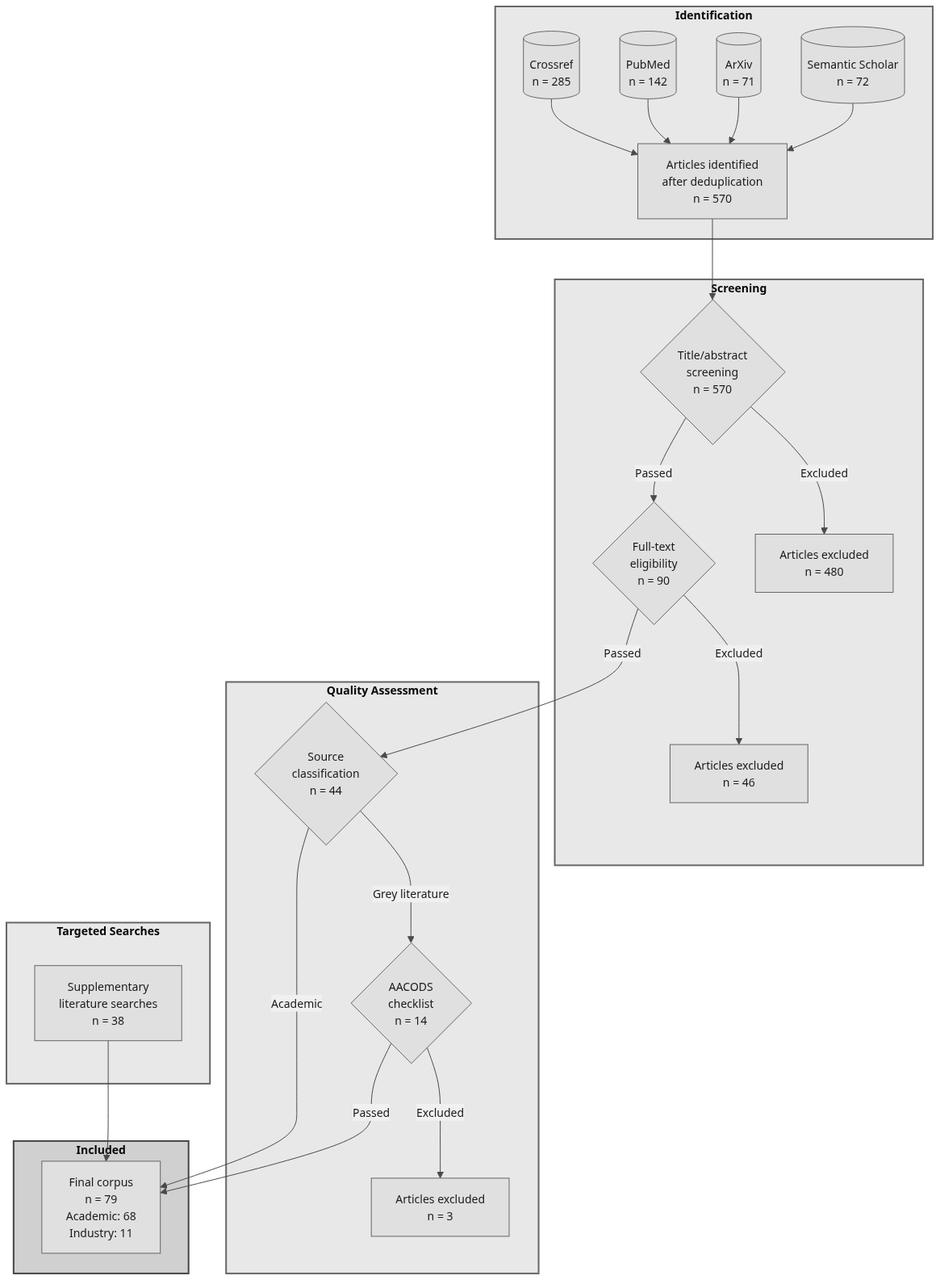
This is figures/literature-flow.mmd.png from stharrold/yuimedi-paper-20250901, a Mermaid export, as it was before one commit. Its source is kept beside it as figures/literature-flow.mmd.
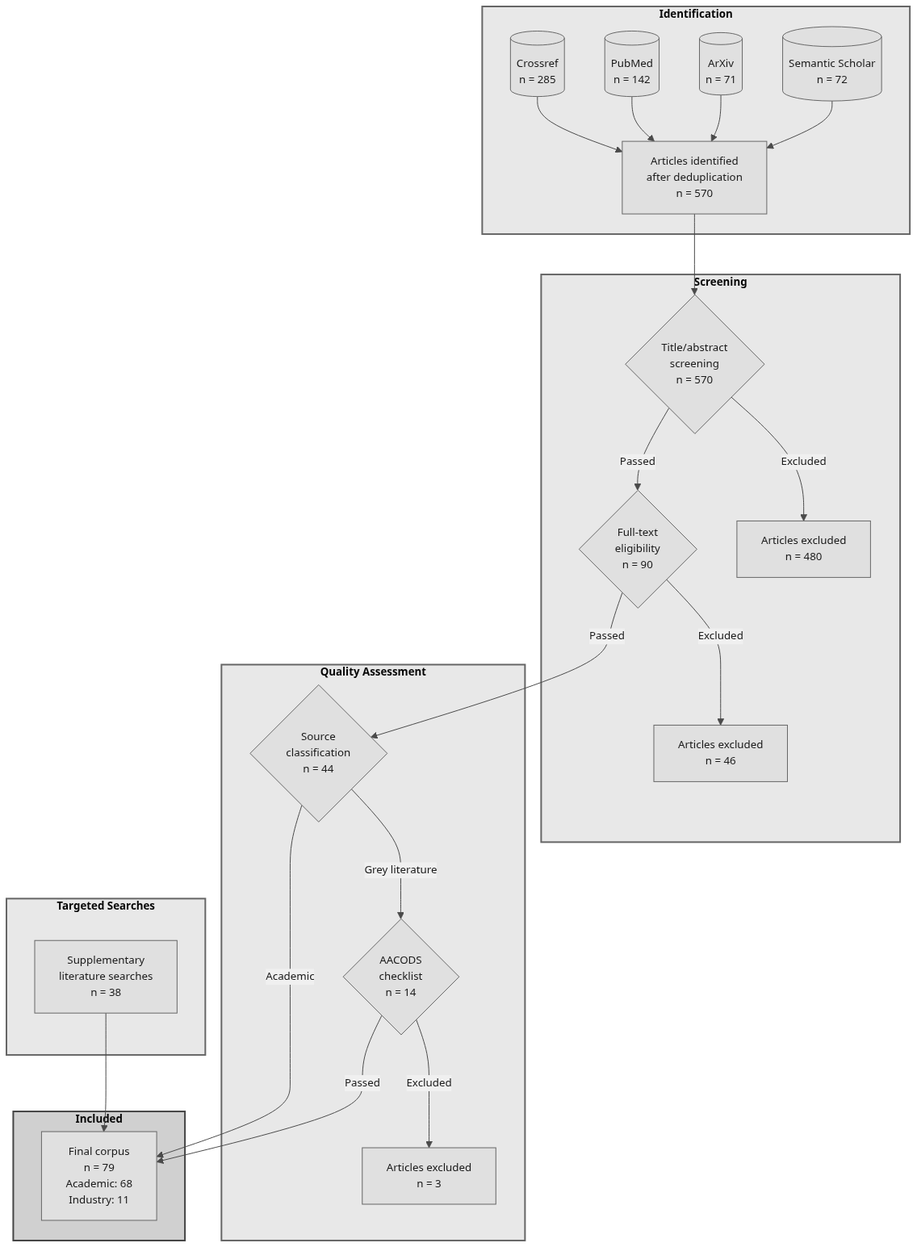
The same file after the commit.

Change to the diagram source:
```diff
@@ -1,4 +1,4 @@
-%%{init: {'theme': 'base', 'flowchart': {'useMaxWidth': false, 'markdownAutoWrap': false}, 'themeVariables': { 'primaryColor': '#e0e0e0', 'primaryTextColor': '#1a1a1a', 'primaryBorderColor': '#666', 'lineColor': '#4a4a4a', 'secondaryColor': '#f0f0f0', 'tertiaryColor': '#fafafa', 'fontFamily': 'Arial, sans-serif', 'fontSize': '14px'}}}%%
+%%{init: {'theme': 'base', 'flowchart': {'useMaxWidth': false, 'markdownAutoWrap': false}, 'themeVariables': { 'primaryColor': '#e0e0e0', 'primaryTextColor': '#1a1a1a', 'primaryBorderColor': '#666', 'lineColor': '#4a4a4a', 'secondaryColor': '#f0f0f0', 'tertiaryColor': '#fafafa', 'fontFamily': 'Arial, sans-serif', 'fontSize': '10pt'}}}%%
 flowchart TD
 
     subgraph ID["<b>Identification</b>"]
```
